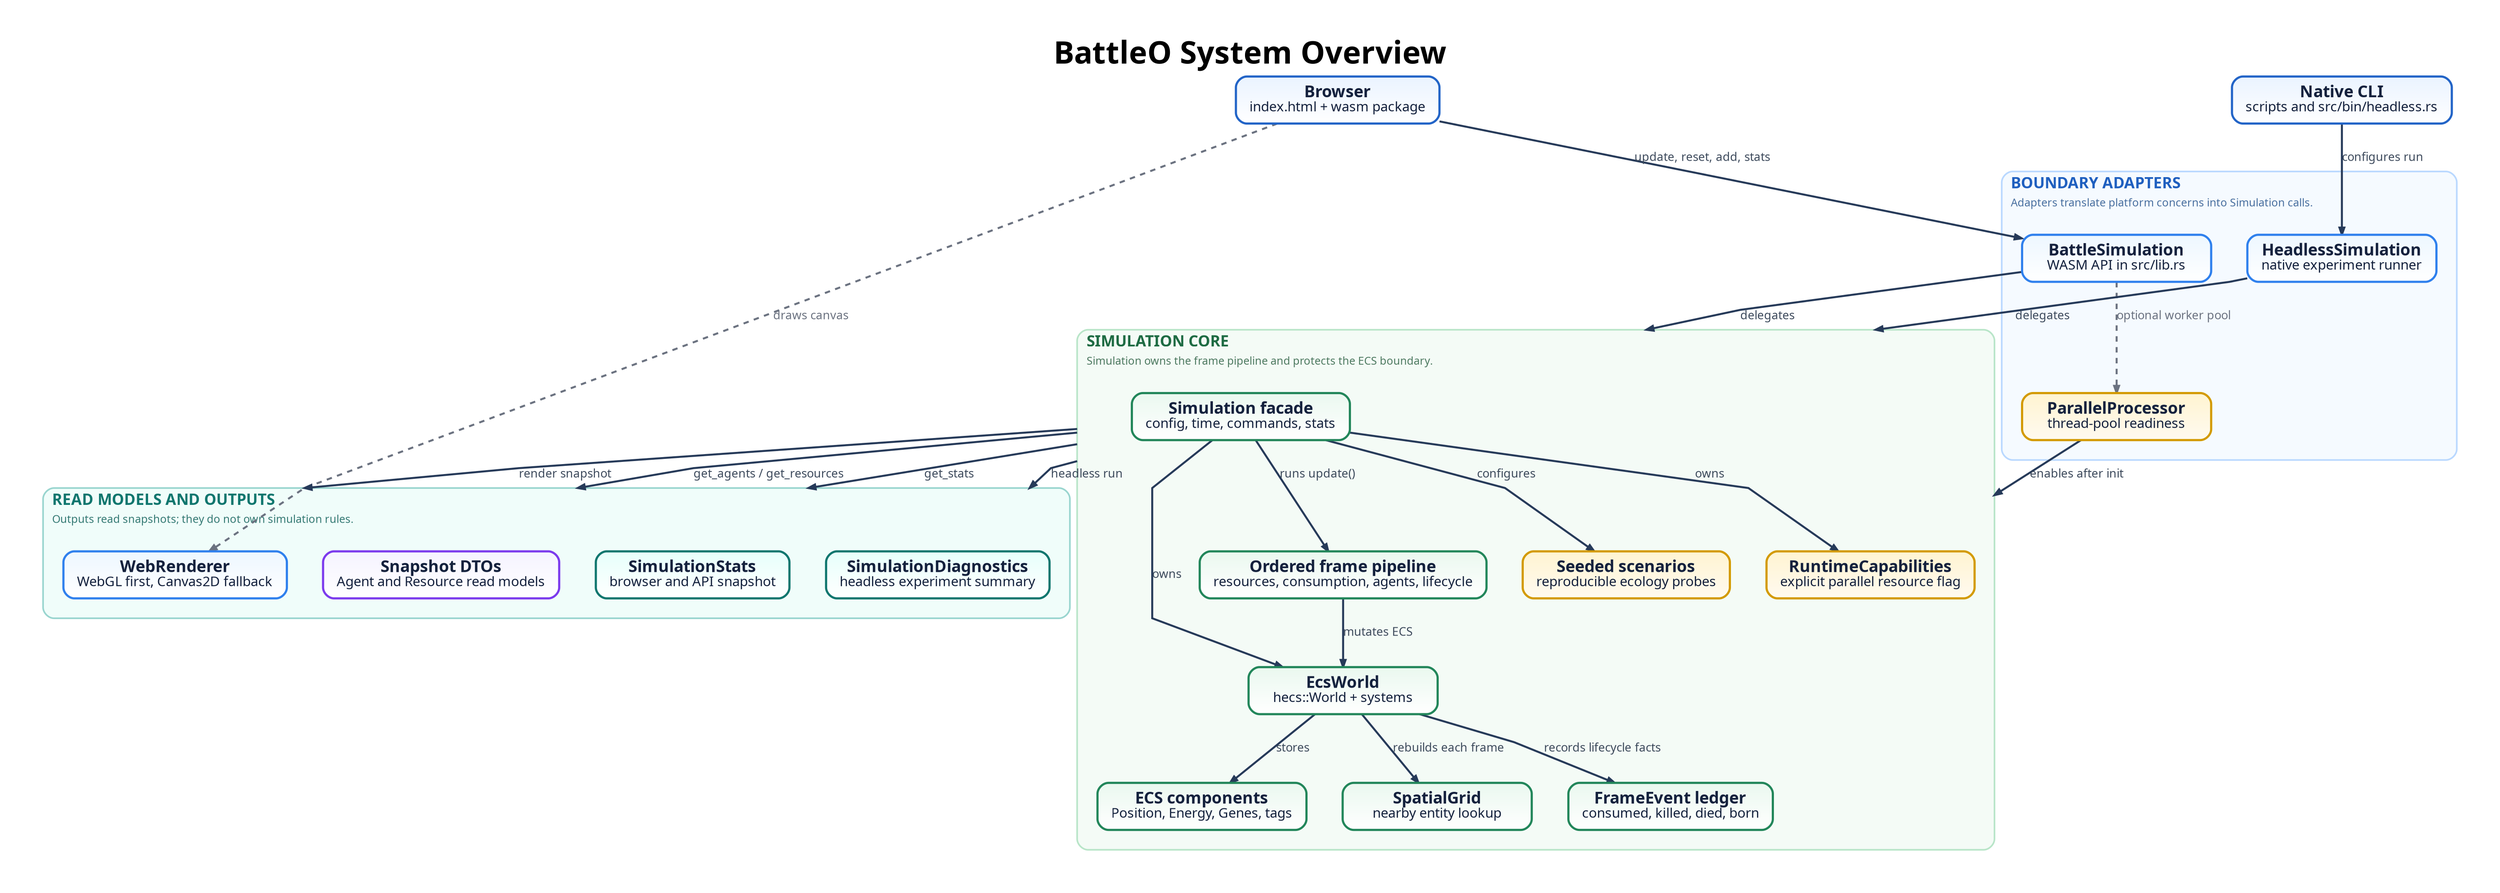
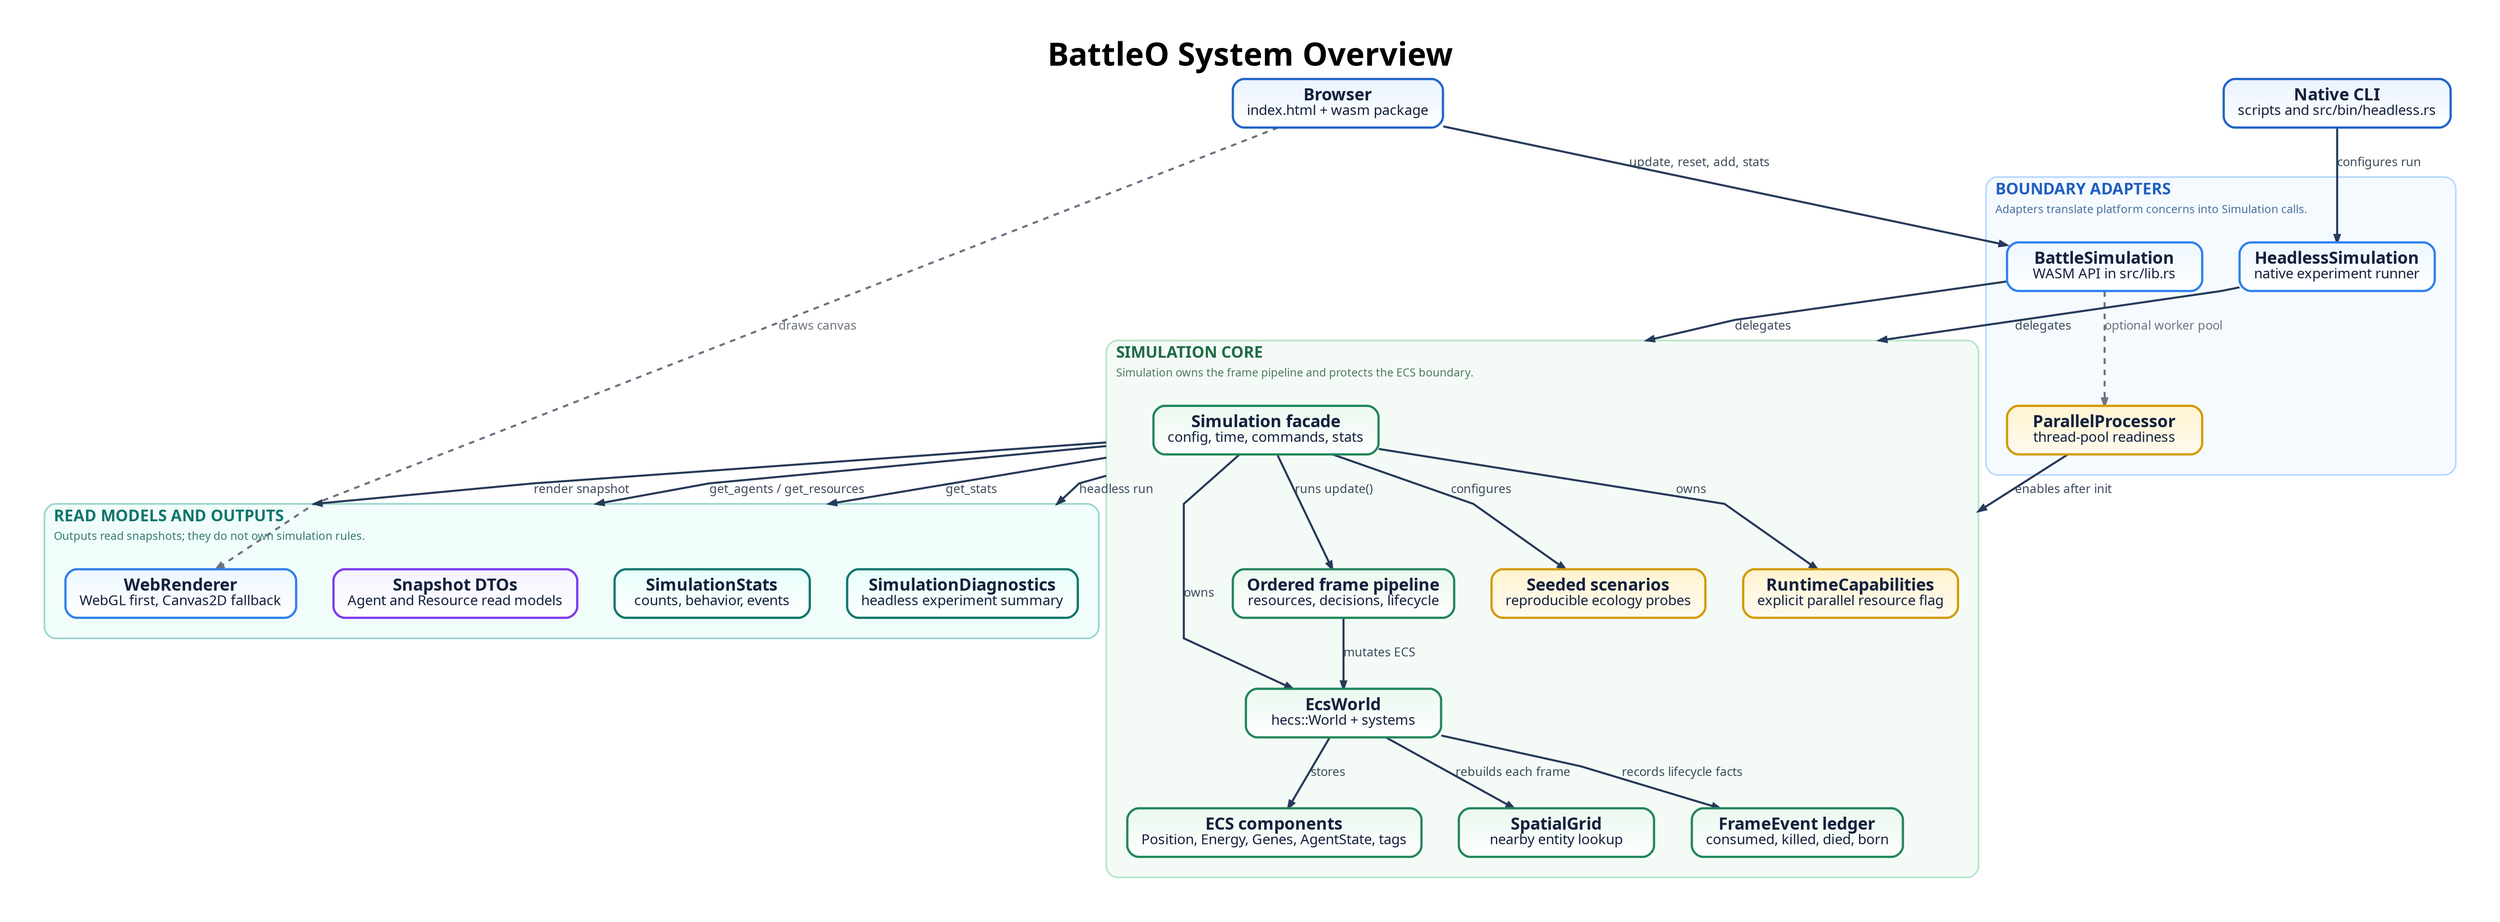
digraph BattleOSystemOverview {
  graph [
    rankdir=TB,
    bgcolor="#ffffff",
    pad="0.55",
    nodesep="0.55",
    ranksep="0.85",
    splines=polyline,
    outputorder=edgesfirst,
    compound=true,
    newrank=true,
    forcelabels=true,
    fontname="Avenir",
    label=<
      <TABLE BORDER="0" CELLBORDER="0" CELLSPACING="0" CELLPADDING="0">
        <TR><TD><FONT POINT-SIZE="34"><B>BattleO System Overview</B></FONT></TD></TR>
      </TABLE>
    >,
    labelloc=t,
    labeljust=c
  ];

  node [
    shape=box,
    style="rounded,filled",
    margin="0.21,0.13",
    width=2.90,
    height=0.72,
    fixedsize=false,
    fontname="Avenir",
    fontsize=18,
    penwidth=2.4,
    fontcolor="#14213d",
    color="#2264c7",
    fillcolor="#eaf3ff:#ffffff",
    gradientangle=270
  ];

  edge [
    color="#263a59",
    fontname="Avenir",
    fontsize=13,
    fontcolor="#3d4a5c",
    penwidth=2.2,
    arrowsize=0.78
  ];

  browser [label=<<B>Browser</B><BR/><FONT POINT-SIZE="15">index.html + wasm package</FONT>>];
  cli [label=<<B>Native CLI</B><BR/><FONT POINT-SIZE="15">scripts and src/bin/headless.rs</FONT>>];

  subgraph cluster_adapters {
    graph [
      label=<
        <TABLE BORDER="0" CELLBORDER="0" CELLSPACING="0" CELLPADDING="2">
          <TR><TD ALIGN="LEFT"><FONT POINT-SIZE="17" COLOR="#1f5fbf"><B>BOUNDARY ADAPTERS</B></FONT></TD></TR>
          <TR><TD ALIGN="LEFT"><FONT POINT-SIZE="12" COLOR="#496f9f">Adapters translate platform concerns into Simulation calls.</FONT></TD></TR>
        </TABLE>
      >,
      labelloc=t,
      labeljust=l,
      color="#b9d8ff",
      fillcolor="#f5faff",
      style="rounded,filled",
      penwidth=1.8,
      margin=22
    ];

    wasm_adapter [label=<<B>BattleSimulation</B><BR/><FONT POINT-SIZE="15">WASM API in src/lib.rs</FONT>>, fillcolor="#edf7ff:#ffffff", color="#2f80ed"];
    parallel_adapter [label=<<B>ParallelProcessor</B><BR/><FONT POINT-SIZE="15">thread-pool readiness</FONT>>, fillcolor="#fff4d1:#fffaf0", color="#d39a00"];
    headless_adapter [label=<<B>HeadlessSimulation</B><BR/><FONT POINT-SIZE="15">native experiment runner</FONT>>, fillcolor="#edf7ff:#ffffff", color="#2f80ed"];

    wasm_adapter -> parallel_adapter [label="optional worker pool", style=dashed, color="#6b7280", fontcolor="#6b7280"];
  }

  subgraph cluster_core {
    graph [
      label=<
        <TABLE BORDER="0" CELLBORDER="0" CELLSPACING="0" CELLPADDING="2">
          <TR><TD ALIGN="LEFT"><FONT POINT-SIZE="17" COLOR="#1e6b43"><B>SIMULATION CORE</B></FONT></TD></TR>
          <TR><TD ALIGN="LEFT"><FONT POINT-SIZE="12" COLOR="#4e7a61">Simulation owns the frame pipeline and protects the ECS boundary.</FONT></TD></TR>
        </TABLE>
      >,
      labelloc=t,
      labeljust=l,
      color="#b8e5c8",
      fillcolor="#f4fbf6",
      style="rounded,filled",
      penwidth=1.8,
      margin=22
    ];

    simulation [label=<<B>Simulation facade</B><BR/><FONT POINT-SIZE="15">config, time, commands, stats</FONT>>, fillcolor="#eaf8ef:#ffffff", color="#22865a"];
    seeded_scenarios [label=<<B>Seeded scenarios</B><BR/><FONT POINT-SIZE="15">reproducible ecology probes</FONT>>, fillcolor="#fff4d1:#fffaf0", color="#d39a00"];
    capabilities [label=<<B>RuntimeCapabilities</B><BR/><FONT POINT-SIZE="15">explicit parallel resource flag</FONT>>, fillcolor="#fff4d1:#fffaf0", color="#d39a00"];
    world [label=<<B>EcsWorld</B><BR/><FONT POINT-SIZE="15">hecs::World + systems</FONT>>, fillcolor="#eaf8ef:#ffffff", color="#22865a"];
-     components [label=<<B>ECS components</B><BR/><FONT POINT-SIZE="15">Position, Energy, Genes, tags</FONT>>, fillcolor="#eaf8ef:#ffffff", color="#22865a"];
+     components [label=<<B>ECS components</B><BR/><FONT POINT-SIZE="15">Position, Energy, Genes, AgentState, tags</FONT>>, fillcolor="#eaf8ef:#ffffff", color="#22865a"];
    spatial_grid [label=<<B>SpatialGrid</B><BR/><FONT POINT-SIZE="15">nearby entity lookup</FONT>>, fillcolor="#eaf8ef:#ffffff", color="#22865a"];
    events [label=<<B>FrameEvent ledger</B><BR/><FONT POINT-SIZE="15">consumed, killed, died, born</FONT>>, fillcolor="#eaf8ef:#ffffff", color="#22865a"];
-     frame_pipeline [label=<<B>Ordered frame pipeline</B><BR/><FONT POINT-SIZE="15">resources, consumption, agents, lifecycle</FONT>>, fillcolor="#eaf8ef:#ffffff", color="#22865a"];
+     frame_pipeline [label=<<B>Ordered frame pipeline</B><BR/><FONT POINT-SIZE="15">resources, decisions, lifecycle</FONT>>, fillcolor="#eaf8ef:#ffffff", color="#22865a"];

    simulation -> world [label="owns"];
    simulation -> seeded_scenarios [label="configures"];
    simulation -> capabilities [label="owns"];
    world -> components [label="stores"];
    world -> spatial_grid [label="rebuilds each frame"];
    world -> events [label="records lifecycle facts"];
    simulation -> frame_pipeline [label="runs update()"];
    frame_pipeline -> world [label="mutates ECS"];
  }

  subgraph cluster_outputs {
    graph [
      label=<
        <TABLE BORDER="0" CELLBORDER="0" CELLSPACING="0" CELLPADDING="2">
          <TR><TD ALIGN="LEFT"><FONT POINT-SIZE="17" COLOR="#0f766e"><B>READ MODELS AND OUTPUTS</B></FONT></TD></TR>
          <TR><TD ALIGN="LEFT"><FONT POINT-SIZE="12" COLOR="#357a74">Outputs read snapshots; they do not own simulation rules.</FONT></TD></TR>
        </TABLE>
      >,
      labelloc=t,
      labeljust=l,
      color="#99d5cf",
      fillcolor="#f0fdfa",
      style="rounded,filled",
      penwidth=1.8,
      margin=22
    ];

    renderer [label=<<B>WebRenderer</B><BR/><FONT POINT-SIZE="15">WebGL first, Canvas2D fallback</FONT>>, fillcolor="#edf7ff:#ffffff", color="#2f80ed"];
-     stats [label=<<B>SimulationStats</B><BR/><FONT POINT-SIZE="15">browser and API snapshot</FONT>>, fillcolor="#e6fffb:#ffffff", color="#0f766e"];
+     stats [label=<<B>SimulationStats</B><BR/><FONT POINT-SIZE="15">counts, behavior, events</FONT>>, fillcolor="#e6fffb:#ffffff", color="#0f766e"];
    diagnostics [label=<<B>SimulationDiagnostics</B><BR/><FONT POINT-SIZE="15">headless experiment summary</FONT>>, fillcolor="#e6fffb:#ffffff", color="#0f766e"];
    dto [label=<<B>Snapshot DTOs</B><BR/><FONT POINT-SIZE="15">Agent and Resource read models</FONT>>, fillcolor="#f5f3ff:#ffffff", color="#7c3aed"];
  }

  browser -> wasm_adapter [label="update, reset, add, stats"];
  browser -> renderer [label="draws canvas", style=dashed, color="#6b7280", fontcolor="#6b7280"];
  cli -> headless_adapter [label="configures run"];

  wasm_adapter -> simulation [lhead=cluster_core, label="delegates"];
  headless_adapter -> simulation [lhead=cluster_core, label="delegates"];
  parallel_adapter -> capabilities [lhead=cluster_core, label="enables after init"];

  simulation -> renderer [ltail=cluster_core, lhead=cluster_outputs, label="render snapshot"];
  simulation -> stats [ltail=cluster_core, lhead=cluster_outputs, label="get_stats"];
  simulation -> diagnostics [ltail=cluster_core, lhead=cluster_outputs, label="headless run"];
  simulation -> dto [ltail=cluster_core, lhead=cluster_outputs, label="get_agents / get_resources"];
}
